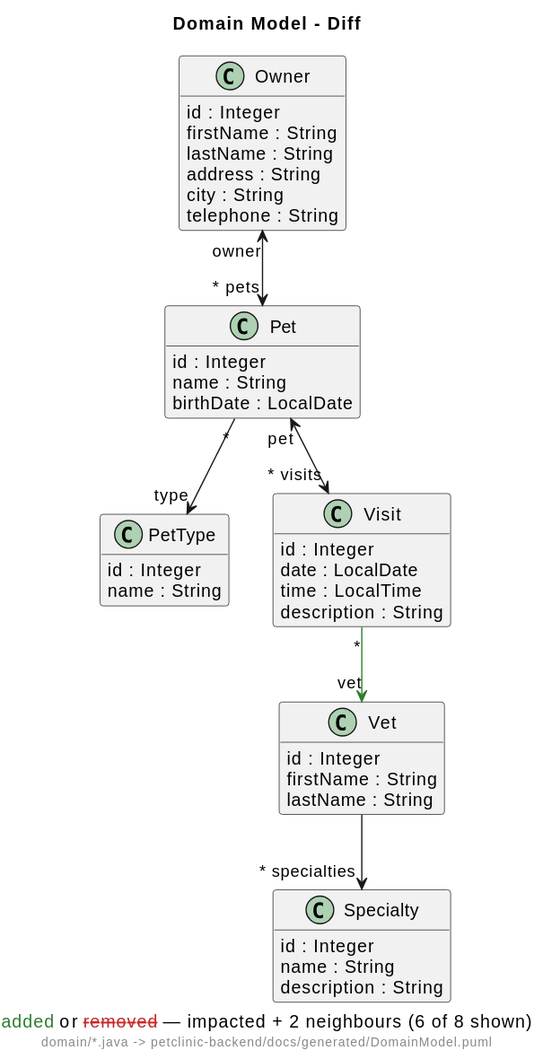
The PlantUML diagram demo/petclinic-visit-vet/assets/diagrams/petclinic-backend_docs_generated_DomainModel.diff.focus2.svg in victorrentea/human-review, before a commit. Source of this version:
```plantuml
@startuml
caption <color:#2E7D32>added</color> or <color:#C62828><s>removed</s></color> — impacted + 2 neighbours (6 of 8 shown)

title Domain Model - Diff
footer domain/*.java -> petclinic-backend/docs/generated/DomainModel.puml
hide empty members
skinparam classAttributeIconSize 0
skinparam hyperlinkUnderline false
skinparam hyperlinkColor #000000
class Owner [[src://petclinic-backend/src/main/java/victor/training/petclinic/domain/Owner.java:28{Click to open in editor}]] {
  id : Integer
  firstName : String
  lastName : String
  address : String
  city : String
  telephone : String
}
class Pet [[src://petclinic-backend/src/main/java/victor/training/petclinic/domain/Pet.java:29{Click to open in editor}]] {
  id : Integer
  name : String
  birthDate : LocalDate
}
class PetType [[src://petclinic-backend/src/main/java/victor/training/petclinic/domain/PetType.java:8{Click to open in editor}]] {
  id : Integer
  name : String
}
class Specialty [[src://petclinic-backend/src/main/java/victor/training/petclinic/domain/Specialty.java:7{Click to open in editor}]] {
  id : Integer
  name : String
  description : String
}
class Vet [[src://petclinic-backend/src/main/java/victor/training/petclinic/domain/Vet.java:11{Click to open in editor}]] {
  id : Integer
  firstName : String
  lastName : String
}
class Visit [[src://petclinic-backend/src/main/java/victor/training/petclinic/domain/Visit.java:11{Click to open in editor}]] {
  id : Integer
  date : LocalDate
  time : LocalTime
  description : String
}

Owner "owner" <--> "~* pets" Pet
Pet "~*" --> "type" PetType
Pet "pet" <--> "~* visits" Visit
Vet --> "~* specialties" Specialty
Visit "~*" -[#2E7D32]-> "vet" Vet
@enduml
```
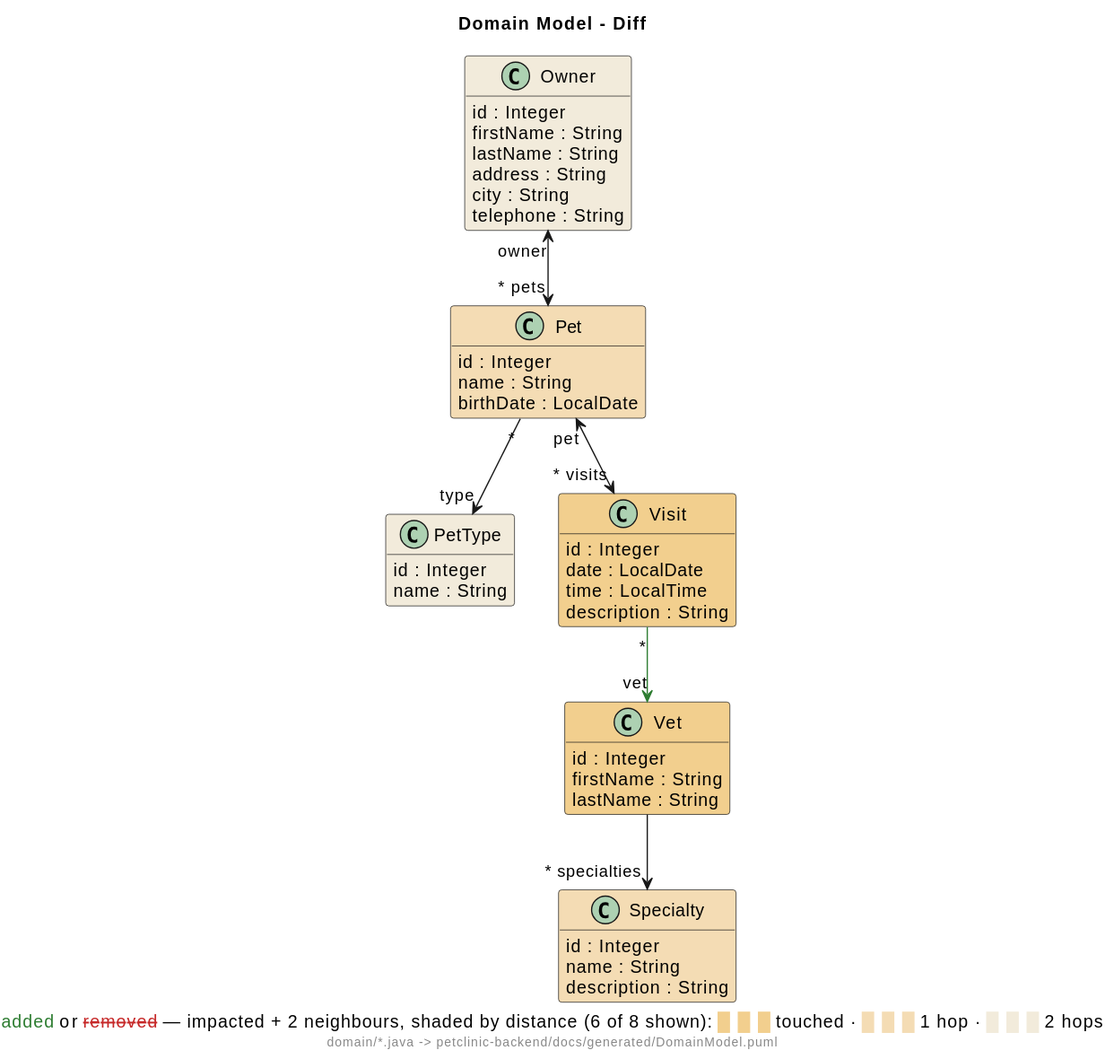
After the change.

The edit, as a diff of the source:
```diff
@@ -1,5 +1,5 @@
 @startuml
-caption <color:#2E7D32>added</color> or <color:#C62828><s>removed</s></color> — impacted + 2 neighbours (6 of 8 shown)
+caption <color:#2E7D32>added</color> or <color:#C62828><s>removed</s></color> — impacted + 2 neighbours, shaded by distance (6 of 8 shown): <color:#F2CF8E>███</color> touched · <color:#F4DCB4>███</color> 1 hop · <color:#F2EBDB>███</color> 2 hops
 
 title Domain Model - Diff
 footer domain/*.java -> petclinic-backend/docs/generated/DomainModel.puml
@@ -7,7 +7,7 @@
 skinparam classAttributeIconSize 0
 skinparam hyperlinkUnderline false
 skinparam hyperlinkColor #000000
-class Owner [[src://petclinic-backend/src/main/java/victor/training/petclinic/domain/Owner.java:28{Click to open in editor}]] {
+class Owner [[src://petclinic-backend/src/main/java/victor/training/petclinic/domain/Owner.java:28{Click to open in editor}]] #back:F2EBDB {
   id : Integer
   firstName : String
   lastName : String
@@ -15,26 +15,26 @@
   city : String
   telephone : String
 }
-class Pet [[src://petclinic-backend/src/main/java/victor/training/petclinic/domain/Pet.java:29{Click to open in editor}]] {
+class Pet [[src://petclinic-backend/src/main/java/victor/training/petclinic/domain/Pet.java:29{Click to open in editor}]] #back:F4DCB4 {
   id : Integer
   name : String
   birthDate : LocalDate
 }
-class PetType [[src://petclinic-backend/src/main/java/victor/training/petclinic/domain/PetType.java:8{Click to open in editor}]] {
+class PetType [[src://petclinic-backend/src/main/java/victor/training/petclinic/domain/PetType.java:8{Click to open in editor}]] #back:F2EBDB {
   id : Integer
   name : String
 }
-class Specialty [[src://petclinic-backend/src/main/java/victor/training/petclinic/domain/Specialty.java:7{Click to open in editor}]] {
+class Specialty [[src://petclinic-backend/src/main/java/victor/training/petclinic/domain/Specialty.java:7{Click to open in editor}]] #back:F4DCB4 {
   id : Integer
   name : String
   description : String
 }
-class Vet [[src://petclinic-backend/src/main/java/victor/training/petclinic/domain/Vet.java:11{Click to open in editor}]] {
+class Vet [[src://petclinic-backend/src/main/java/victor/training/petclinic/domain/Vet.java:11{Click to open in editor}]] #back:F2CF8E {
   id : Integer
   firstName : String
   lastName : String
 }
-class Visit [[src://petclinic-backend/src/main/java/victor/training/petclinic/domain/Visit.java:11{Click to open in editor}]] {
+class Visit [[src://petclinic-backend/src/main/java/victor/training/petclinic/domain/Visit.java:11{Click to open in editor}]] #back:F2CF8E {
   id : Integer
   date : LocalDate
   time : LocalTime
```
